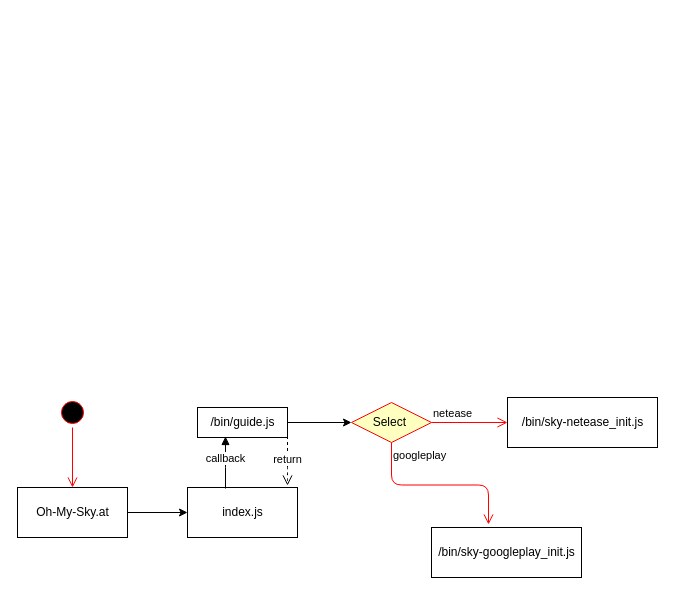
Earlier version of the draw.io diagram Oh-My-Sky Diagram.drawio (creamtea47/Oh-My-Sky). Source tidied: cells renumbered, new cells numbered last; positions are measured from the earlier drawing's top-left corner, leaving out a move shared by most shapes. Both pictures are drawn from the tidied source at 100%, with x=0, y=0 at pixel (17, 397).
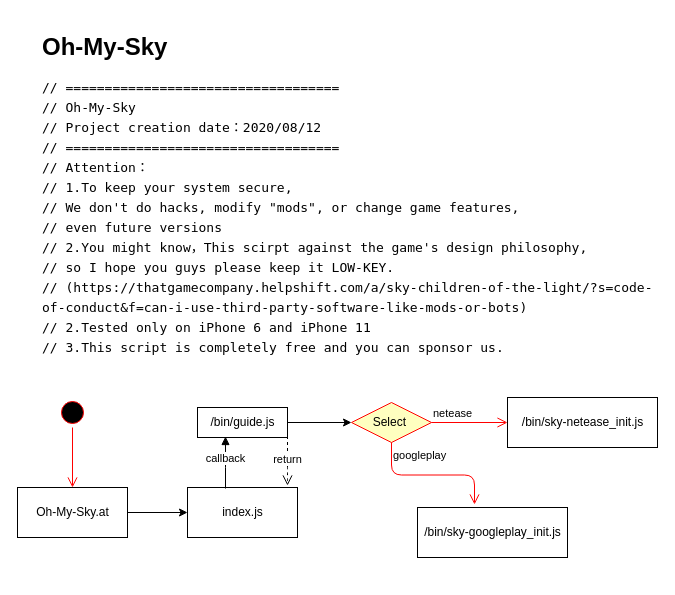
Above is the later version.

Change to the diagram source:
```diff
@@
     <mxCell id="15" value="/bin/sky-googleplay_init.js" style="html=1;" parent="1" vertex="1">
-      <mxGeometry x="414" y="130" width="150" height="50" as="geometry" />
+      <mxGeometry x="400" y="110" width="150" height="50" as="geometry" />
     </mxCell>
+    <mxCell id="16" value="&lt;h1&gt;Oh-My-Sky&lt;/h1&gt;&lt;div style=&quot;font-family: &amp;#34;menlo&amp;#34; , &amp;#34;monaco&amp;#34; , &amp;#34;courier new&amp;#34; , monospace ; font-size: 13px ; line-height: 20px&quot;&gt;&lt;div&gt;// ===================================&lt;/div&gt;&lt;div&gt;// Oh-My-Sky&lt;/div&gt;&lt;div&gt;// Project creation date：2020/08/12&lt;/div&gt;&lt;div&gt;// ===================================&lt;/div&gt;&lt;div&gt;// Attention：&lt;/div&gt;&lt;div&gt;// 1.To keep your system secure,&lt;/div&gt;&lt;div&gt;//   We don't do hacks, modify &quot;mods&quot;, or change game features,&lt;/div&gt;&lt;div&gt;//   even future versions&lt;/div&gt;&lt;div&gt;// 2.You might know，This scirpt against the game's design philosophy, &lt;/div&gt;&lt;div&gt;//   so I hope you guys please keep it LOW-KEY.&lt;/div&gt;&lt;div&gt;//   (https://thatgamecompany.helpshift.com/a/sky-children-of-the-light/?s=code-of-conduct&amp;amp;f=can-i-use-third-party-software-like-mods-or-bots)&lt;/div&gt;&lt;div&gt;// 2.Tested only on iPhone 6 and iPhone 11&lt;/div&gt;&lt;div&gt;// 3.This script is completely free and you can sponsor us.&lt;/div&gt;&lt;/div&gt;" style="text;html=1;strokeColor=none;fillColor=none;spacing=5;spacingTop=-20;whiteSpace=wrap;overflow=hidden;rounded=0;" parent="1" vertex="1">
+      <mxGeometry x="20" y="-370" width="620" height="340" as="geometry" />
+    </mxCell>
```
